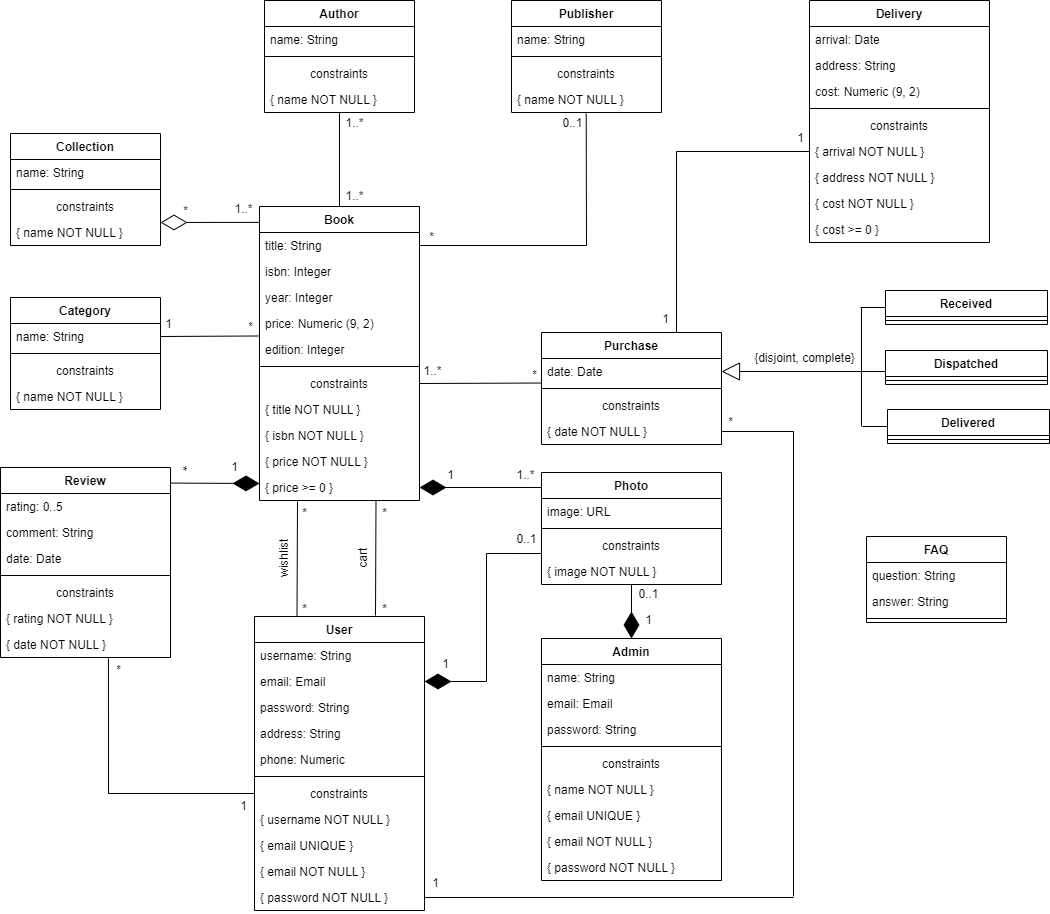
Earlier version of the draw.io export docs/images/UML.png (P1ntas/LBAW). Source tidied: cells renumbered, new cells last; positions are measured from the earlier drawing's top-left corner, leaving out a move shared by most shapes.
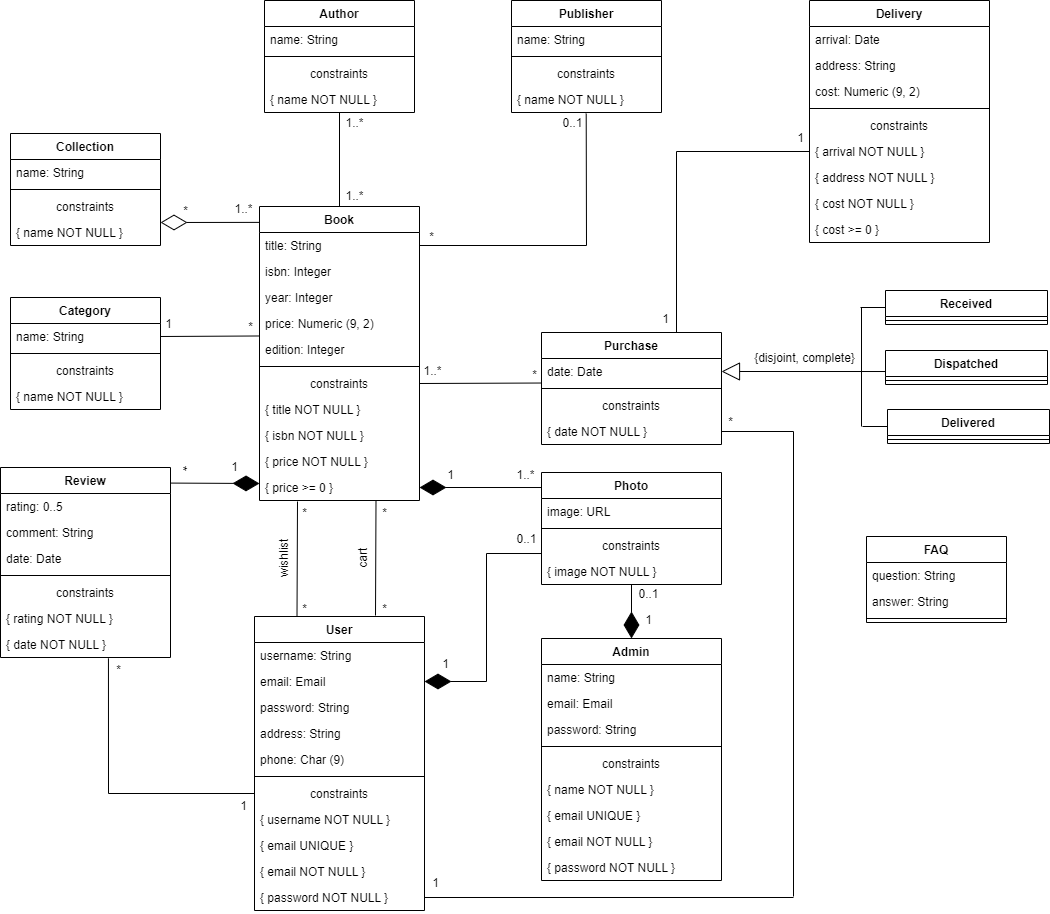
After the commit.

Diff of the diagram source:
```diff
@@ -53,7 +53,7 @@
     <mxCell id="18" value="address: String" style="text;strokeColor=none;fillColor=none;align=left;verticalAlign=top;spacingLeft=4;spacingRight=4;overflow=hidden;" parent="14" vertex="1">
       <mxGeometry y="104" width="170" height="26" as="geometry" />
     </mxCell>
-    <mxCell id="19" value="phone: Numeric" style="text;strokeColor=none;fillColor=none;align=left;verticalAlign=top;spacingLeft=4;spacingRight=4;overflow=hidden;" parent="14" vertex="1">
+    <mxCell id="19" value="phone: Char (9)" style="text;strokeColor=none;fillColor=none;align=left;verticalAlign=top;spacingLeft=4;spacingRight=4;overflow=hidden;" parent="14" vertex="1">
       <mxGeometry y="130" width="170" height="26" as="geometry" />
     </mxCell>
     <mxCell id="20" style="line;strokeWidth=1;fillColor=none;align=left;verticalAlign=middle;spacingTop=-1;spacingLeft=3;spacingRight=3;labelPosition=right;strokeColor=inherit;" parent="14" vertex="1">
```
